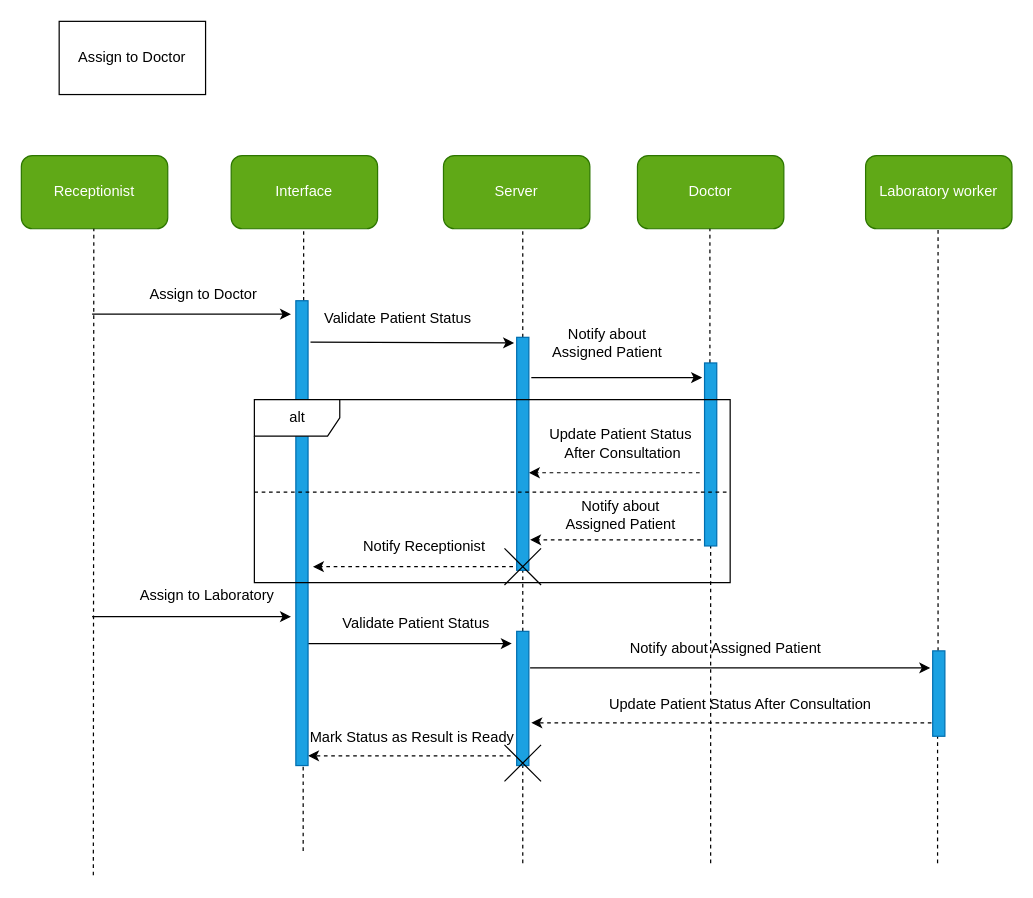
The draw.io diagram UseCase_Diagram/Sisay/Role.dio in Nama21yo/SDS-EMR, before the edit. Source tidied: cells renumbered, new cells numbered last; positions are measured from the earlier drawing's top-left corner, leaving out a move shared by most shapes. Both pictures are drawn from the tidied source at 122%, with x=0, y=0 at pixel (21, 21).
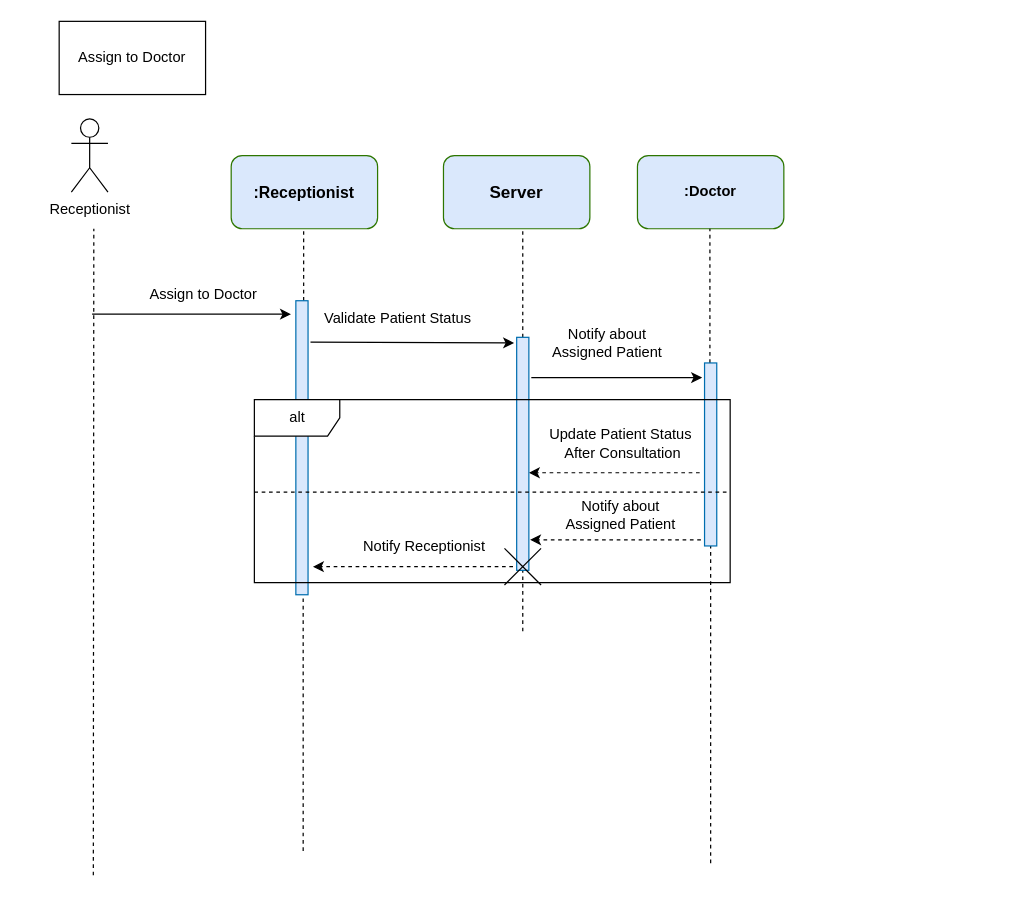
The same page after the edit.

Diff of the diagram source:
```diff
@@
-    <mxCell id="3" value="Receptionist" style="rounded=1;whiteSpace=wrap;html=1;fillColor=#60a917;fontColor=#ffffff;strokeColor=#2D7600;" parent="1" vertex="1">
-      <mxGeometry y="110" width="120" height="60" as="geometry" />
-    </mxCell>
-    <mxCell id="4" value="Interface" style="rounded=1;whiteSpace=wrap;html=1;fillColor=#60a917;fontColor=#ffffff;strokeColor=#2D7600;" parent="1" vertex="1">
+    <mxCell id="4" value="&lt;b&gt;&lt;font style=&quot;font-size: 13px;&quot; color=&quot;#000000&quot;&gt;:Receptionist&lt;/font&gt;&lt;/b&gt;" style="rounded=1;whiteSpace=wrap;html=1;fillColor=#DAE8FC;fontColor=#ffffff;strokeColor=#2D7600;" parent="1" vertex="1">
       <mxGeometry x="172" y="110" width="120" height="60" as="geometry" />
     </mxCell>
-    <mxCell id="5" value="Doctor" style="rounded=1;whiteSpace=wrap;html=1;fillColor=#60a917;fontColor=#ffffff;strokeColor=#2D7600;" parent="1" vertex="1">
+    <mxCell id="5" value="&lt;font color=&quot;#000000&quot;&gt;&lt;b&gt;:Doctor&lt;/b&gt;&lt;/font&gt;" style="rounded=1;whiteSpace=wrap;html=1;fillColor=#DAE8FC;fontColor=#ffffff;strokeColor=#2D7600;" parent="1" vertex="1">
       <mxGeometry x="505" y="110" width="120" height="60" as="geometry" />
     </mxCell>
-    <mxCell id="6" value="Laboratory worker" style="rounded=1;whiteSpace=wrap;html=1;fillColor=#60a917;fontColor=#ffffff;strokeColor=#2D7600;" parent="1" vertex="1">
-      <mxGeometry x="692" y="110" width="120" height="60" as="geometry" />
-    </mxCell>
@@
-    <mxCell id="10" style="endArrow=none;dashed=1;html=1;startArrow=none;" parent="1" edge="1" source="42">
-      <mxGeometry relative="1" as="geometry">
-        <mxPoint x="751.4" y="170" as="targetPoint" />
-      </mxGeometry>
-    </mxCell>
@@
-    <mxCell id="21" style="endArrow=classic;html=1;" parent="1" edge="1">
-      <mxGeometry relative="1" as="geometry">
-        <mxPoint x="58" y="488" as="sourcePoint" />
-        <mxPoint x="221" y="488" as="targetPoint" />
-      </mxGeometry>
-    </mxCell>
-    <mxCell id="22" value="Assign to Laboratory" style="text;html=1;align=center;verticalAlign=middle;strokeColor=none;fillColor=none;" parent="1" vertex="1">
-      <mxGeometry x="87" y="456" width="130" height="30" as="geometry" />
-    </mxCell>
-    <mxCell id="23" value="Notify about Assigned Patient" style="text;html=1;align=center;verticalAlign=middle;strokeColor=none;fillColor=none;" parent="1" vertex="1">
-      <mxGeometry x="487" y="499" width="180" height="30" as="geometry" />
-    </mxCell>
-    <mxCell id="24" value="Validate Patient Status&amp;nbsp;" style="text;html=1;align=center;verticalAlign=middle;strokeColor=none;fillColor=none;" parent="1" vertex="1">
-      <mxGeometry x="250" y="479" width="150" height="30" as="geometry" />
-    </mxCell>
-    <mxCell id="25" style="endArrow=classic;html=1;" parent="1" edge="1">
-      <mxGeometry relative="1" as="geometry">
-        <mxPoint x="417" y="530" as="sourcePoint" />
-        <mxPoint x="745" y="530" as="targetPoint" />
-      </mxGeometry>
-    </mxCell>
-    <mxCell id="26" value="Server" style="rounded=1;whiteSpace=wrap;html=1;fillColor=#60a917;fontColor=#ffffff;strokeColor=#2D7600;" parent="1" vertex="1">
+    <mxCell id="26" value="&lt;font color=&quot;#000000&quot; style=&quot;font-size: 14px;&quot;&gt;&lt;b&gt;Server&lt;/b&gt;&lt;/font&gt;" style="rounded=1;whiteSpace=wrap;html=1;fillColor=#DAE8FC;fontColor=#ffffff;strokeColor=#2D7600;" parent="1" vertex="1">
       <mxGeometry x="346" y="110" width="120" height="60" as="geometry" />
     </mxCell>
@@
-    <mxCell id="30" style="endArrow=classic;html=1;" parent="1" edge="1">
-      <mxGeometry relative="1" as="geometry">
-        <mxPoint x="235" y="510" as="sourcePoint" />
-        <mxPoint x="402" y="510" as="targetPoint" />
-      </mxGeometry>
-    </mxCell>
-    <mxCell id="31" value="Update Patient Status After Consultation" style="text;html=1;align=center;verticalAlign=middle;strokeColor=none;fillColor=none;" parent="1" vertex="1">
-      <mxGeometry x="469" y="545" width="240" height="30" as="geometry" />
-    </mxCell>
-    <mxCell id="32" style="endArrow=classic;html=1;dashed=1;" parent="1" edge="1">
-      <mxGeometry relative="1" as="geometry">
-        <mxPoint x="746" y="575" as="sourcePoint" />
-        <mxPoint x="418" y="575" as="targetPoint" />
-      </mxGeometry>
-    </mxCell>
-    <mxCell id="33" value="Mark Status as Result is Ready" style="text;html=1;align=center;verticalAlign=middle;strokeColor=none;fillColor=none;" parent="1" vertex="1">
-      <mxGeometry x="225" y="572" width="190" height="30" as="geometry" />
-    </mxCell>
-    <mxCell id="34" style="endArrow=classic;html=1;dashed=1;" parent="1" edge="1">
-      <mxGeometry relative="1" as="geometry">
-        <mxPoint x="401" y="602" as="sourcePoint" />
-        <mxPoint x="235" y="602" as="targetPoint" />
-      </mxGeometry>
-    </mxCell>
@@
-    <mxCell id="36" style="html=1;points=[];perimeter=orthogonalPerimeter;fillColor=#1ba1e2;fontColor=#ffffff;strokeColor=#006EAF;" parent="1" vertex="1">
-      <mxGeometry x="225" y="229" width="10" height="381" as="geometry" />
+    <mxCell id="36" style="html=1;points=[];perimeter=orthogonalPerimeter;fillColor=#DAE8FC;fontColor=#ffffff;strokeColor=#006EAF;" parent="1" vertex="1">
+      <mxGeometry x="225" y="229" width="10" height="241" as="geometry" />
     </mxCell>
-    <mxCell id="37" style="endArrow=none;dashed=1;html=1;startArrow=none;" parent="1" edge="1" source="47" target="38">
-      <mxGeometry relative="1" as="geometry" />
+    <mxCell id="37" style="endArrow=none;dashed=1;html=1;startArrow=none;" parent="1" edge="1" target="38">
+      <mxGeometry relative="1" as="geometry">
+        <mxPoint x="411" y="500" as="sourcePoint" />
+      </mxGeometry>
     </mxCell>
-    <mxCell id="38" style="html=1;points=[];perimeter=orthogonalPerimeter;fillColor=#1ba1e2;fontColor=#ffffff;strokeColor=#006EAF;" parent="1" vertex="1">
+    <mxCell id="38" style="html=1;points=[];perimeter=orthogonalPerimeter;fillColor=#DAE8FC;fontColor=#ffffff;strokeColor=#006EAF;" parent="1" vertex="1">
       <mxGeometry x="406" y="259" width="10" height="191" as="geometry" />
     </mxCell>
@@
-    <mxCell id="40" style="html=1;points=[];perimeter=orthogonalPerimeter;fillColor=#1ba1e2;fontColor=#ffffff;strokeColor=#006EAF;" parent="1" vertex="1">
+    <mxCell id="40" style="html=1;points=[];perimeter=orthogonalPerimeter;fillColor=#DAE8FC;fontColor=#ffffff;strokeColor=#006EAF;" parent="1" vertex="1">
       <mxGeometry x="560" y="280" width="10" height="150" as="geometry" />
     </mxCell>
-    <mxCell id="41" style="endArrow=none;dashed=1;html=1;" parent="1" edge="1" target="42">
-      <mxGeometry relative="1" as="geometry">
-        <mxPoint x="751" y="690" as="sourcePoint" />
-      </mxGeometry>
-    </mxCell>
-    <mxCell id="42" style="html=1;points=[];perimeter=orthogonalPerimeter;fillColor=#1ba1e2;fontColor=#ffffff;strokeColor=#006EAF;" parent="1" vertex="1">
-      <mxGeometry x="747" y="516" width="10" height="70" as="geometry" />
-    </mxCell>
@@
-    <mxCell id="46" style="endArrow=none;dashed=1;html=1;" parent="1" edge="1" target="47">
-      <mxGeometry relative="1" as="geometry">
-        <mxPoint x="411" y="690" as="sourcePoint" />
-      </mxGeometry>
-    </mxCell>
-    <mxCell id="47" style="html=1;points=[];perimeter=orthogonalPerimeter;fillColor=#1ba1e2;fontColor=#ffffff;strokeColor=#006EAF;" parent="1" vertex="1">
-      <mxGeometry x="406" y="500" width="10" height="110" as="geometry" />
-    </mxCell>
-    <mxCell id="48" style="shape=umlDestroy;" parent="1" vertex="1">
-      <mxGeometry x="396" y="593" width="30" height="30" as="geometry" />
-    </mxCell>
+    <mxCell id="3" value="Receptionist" style="shape=umlActor;verticalLabelPosition=bottom;verticalAlign=top;html=1;" parent="1" vertex="1">
+      <mxGeometry x="41" y="80" width="30" height="60" as="geometry" />
+    </mxCell>
```
